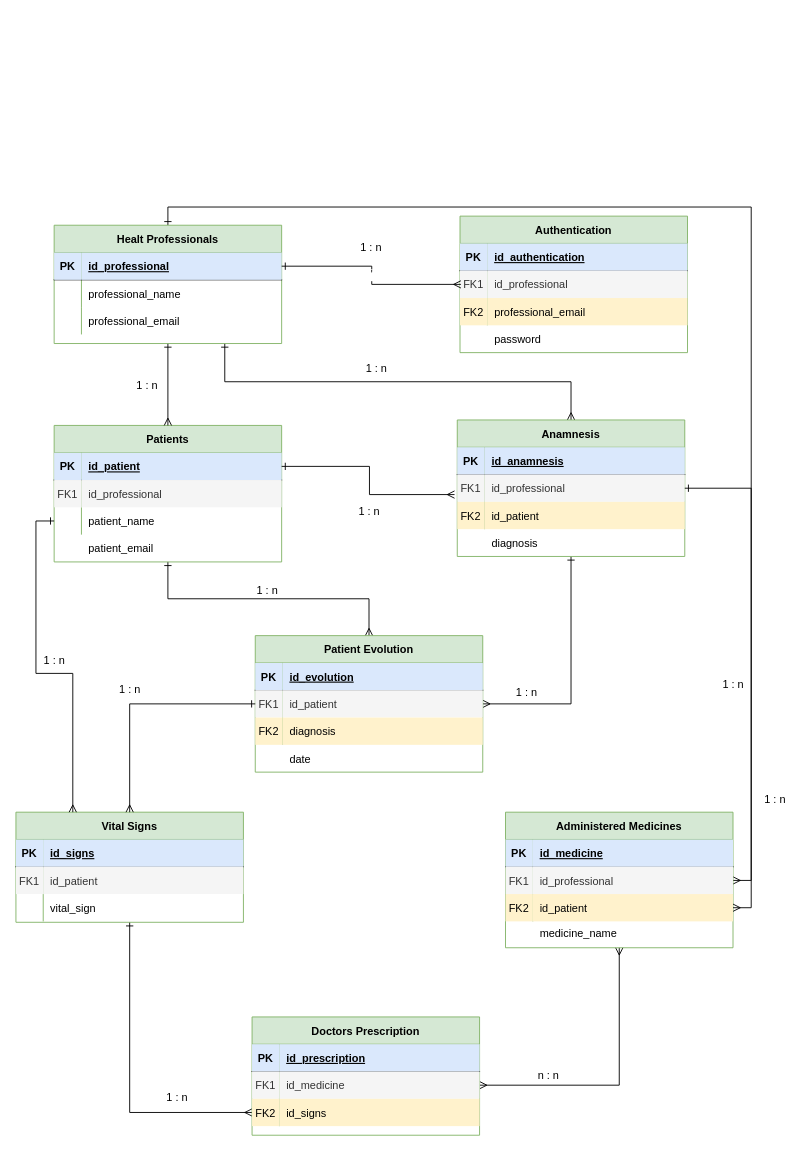
The draw.io diagram GRUPO 04 - Sistema de Prontuário Sletrônico (SaudeApp).drawio in anleaes/2021-1-N2-dev04, before the edit. Source tidied: cells renumbered, new cells numbered last; positions are measured from the earlier drawing's top-left corner, leaving out a move shared by most shapes. Both pictures are drawn from the tidied source at 91%, with x=0, y=0 at pixel (15, 207).
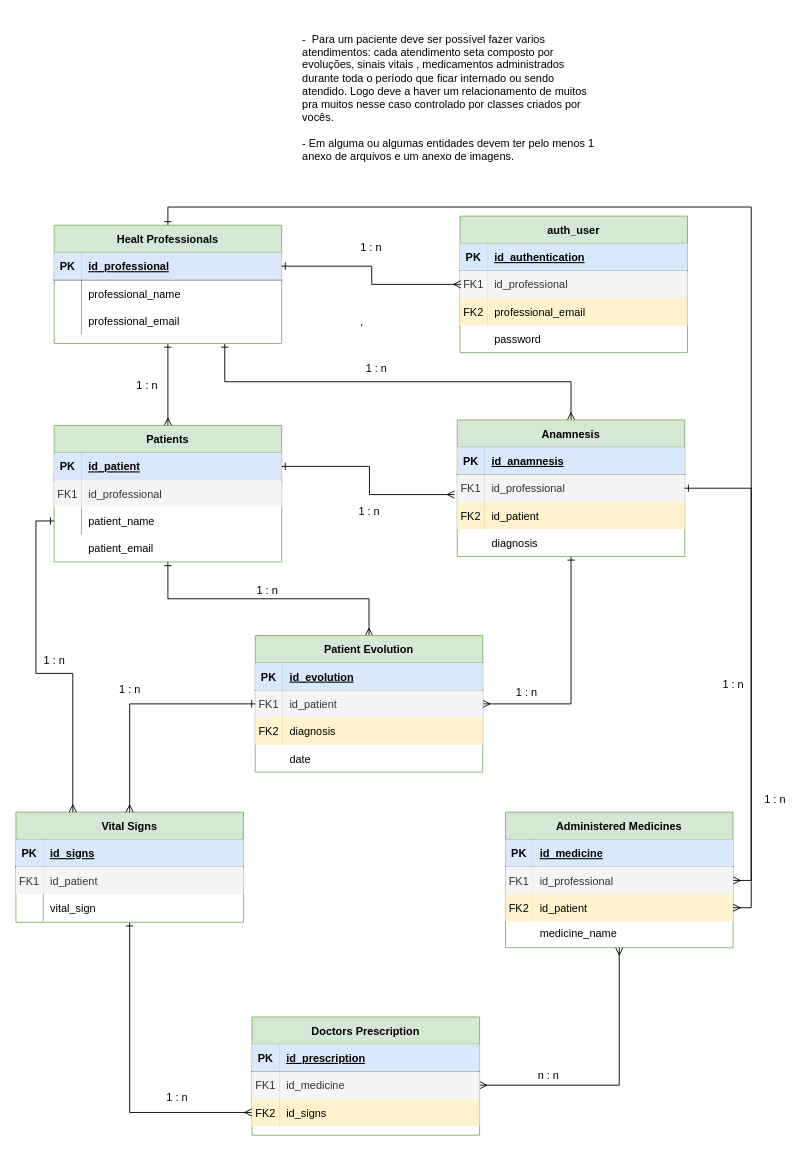
Above is the later version.

Unchanged cells that the change refers to:
```xml
<mxCell id="28" style="shape=partialRectangle;fillColor=none;points=[[0,0.5],[1,0.5]];portConstraint=eastwest;top=0;left=0;right=0;bottom=1;" parent="27" vertex="1">
  <mxGeometry y="30" width="250" height="30" as="geometry" />
</mxCell>
```

What changed in the source:
```diff
@@
-    <mxCell id="48" value="Authentication" style="shape=table;startSize=30;childLayout=tableLayout;rowLines=0;fontStyle=1;align=center;fillColor=#d5e8d4;strokeColor=#82b366;" parent="1" vertex="1">
+    <mxCell id="48" value="auth_user" style="shape=table;startSize=30;childLayout=tableLayout;rowLines=0;fontStyle=1;align=center;fillColor=#d5e8d4;strokeColor=#82b366;" parent="1" vertex="1">
       <mxGeometry x="488" y="10" width="250" height="150" as="geometry" />
     </mxCell>
@@
     <mxCell id="62" value="'" style="edgeStyle=orthogonalEdgeStyle;rounded=0;jettySize=auto;html=1;endArrow=ERmany;endFill=0;startArrow=ERone;startFill=0;exitX=1;exitY=0.5;exitDx=0;exitDy=0;" parent="1" edge="1" source="28">
-      <mxGeometry relative="1" as="geometry">
+      <mxGeometry x="0.1" y="-50" relative="1" as="geometry">
         <mxPoint x="489" y="85" as="targetPoint" />
         <Array as="points">
           <mxPoint x="391" y="65" />
           <mxPoint x="391" y="85" />
         </Array>
+        <mxPoint x="-11" y="-1" as="offset" />
       </mxGeometry>
     </mxCell>
@@
+    <mxCell id="114" value="-&amp;nbsp; Para um paciente deve ser possível fazer varios atendimentos: cada atendimento seta composto por evoluções, sinais vitais , medicamentos administrados durante toda o período que ficar internado ou sendo atendido. Logo deve a haver um relacionamento de muitos pra muitos nesse caso controlado por classes criados por vocês.&lt;br&gt;&lt;br&gt;- Em alguma ou algumas entidades devem ter pelo menos 1 anexo de arquivos e um anexo de imagens." style="text;html=1;strokeColor=none;fillColor=none;align=left;verticalAlign=middle;whiteSpace=wrap;rounded=0;" parent="1" vertex="1">
+      <mxGeometry x="313" y="-210" width="329" height="179" as="geometry" />
+    </mxCell>
```
